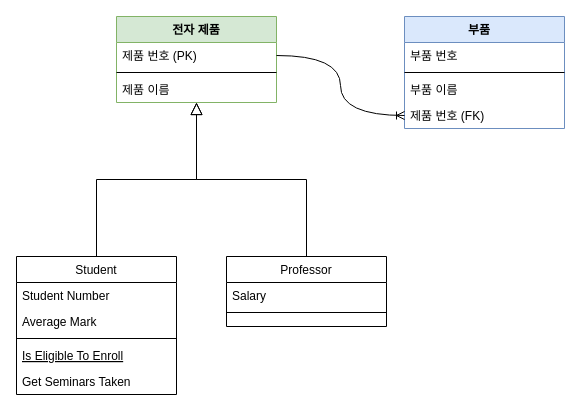
Earlier version of the draw.io diagram ERD/Untitled Diagram.drawio (johoon-Choi/SQL_study). Source tidied: cells renumbered, new cells numbered last; positions are measured from the earlier drawing's top-left corner, leaving out a move shared by most shapes. Both pictures are drawn from the tidied source at 100%, with x=0, y=0 at pixel (16, 16).
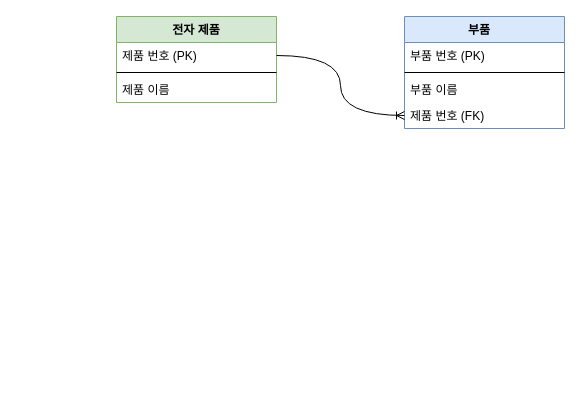
After the change.

Unchanged cells that the change refers to:
```xml
<mxCell id="2" value="전자 제품" style="swimlane;fontStyle=1;align=center;verticalAlign=top;horizontal=1;startSize=26;rounded=0;shadow=0;strokeWidth=1;fillColor=#d5e8d4;strokeColor=#82b366;" parent="1" vertex="1">
  <mxGeometry x="100" width="160" height="86" as="geometry" />
</mxCell>
<mxCell id="17" value="부품   " style="swimlane;fontStyle=1;align=center;verticalAlign=top;horizontal=1;startSize=26;rounded=0;shadow=0;strokeWidth=1;fillColor=#dae8fc;strokeColor=#6c8ebf;" parent="1" vertex="1">
  <mxGeometry x="388" width="160" height="112" as="geometry" />
</mxCell>
```

Change to the diagram source:
```diff
@@
-    <mxCell id="6" value="Student" style="swimlane;fontStyle=0;align=center;verticalAlign=top;horizontal=1;startSize=26;rounded=0;shadow=0;strokeWidth=1;" parent="1" vertex="1">
-      <mxGeometry y="240" width="160" height="138" as="geometry" />
-    </mxCell>
-    <mxCell id="7" value="Student Number" style="text;align=left;verticalAlign=top;spacingLeft=4;spacingRight=4;overflow=hidden;" parent="6" vertex="1">
-      <mxGeometry y="26" width="160" height="26" as="geometry" />
-    </mxCell>
-    <mxCell id="8" value="Average Mark" style="text;align=left;verticalAlign=top;spacingLeft=4;spacingRight=4;overflow=hidden;rounded=0;shadow=0;html=0;" parent="6" vertex="1">
-      <mxGeometry y="52" width="160" height="26" as="geometry" />
-    </mxCell>
-    <mxCell id="9" style="line;html=1;strokeWidth=1;align=left;verticalAlign=middle;spacingTop=-1;spacingLeft=3;spacingRight=3;labelPosition=right;" parent="6" vertex="1">
-      <mxGeometry y="78" width="160" height="8" as="geometry" />
-    </mxCell>
-    <mxCell id="10" value="Is Eligible To Enroll" style="text;align=left;verticalAlign=top;spacingLeft=4;spacingRight=4;overflow=hidden;fontStyle=4;" parent="6" vertex="1">
-      <mxGeometry y="86" width="160" height="26" as="geometry" />
-    </mxCell>
-    <mxCell id="11" value="Get Seminars Taken" style="text;align=left;verticalAlign=top;spacingLeft=4;spacingRight=4;overflow=hidden;" parent="6" vertex="1">
-      <mxGeometry y="112" width="160" height="26" as="geometry" />
-    </mxCell>
-    <mxCell id="12" style="endArrow=block;endSize=10;endFill=0;shadow=0;strokeWidth=1;rounded=0;edgeStyle=elbowEdgeStyle;elbow=vertical;" parent="1" edge="1" source="6" target="2">
-      <mxGeometry relative="1" as="geometry" />
-    </mxCell>
-    <mxCell id="13" value="Professor" style="swimlane;fontStyle=0;align=center;verticalAlign=top;horizontal=1;startSize=26;rounded=0;shadow=0;strokeWidth=1;" parent="1" vertex="1">
-      <mxGeometry x="210" y="240" width="160" height="70" as="geometry" />
-    </mxCell>
-    <mxCell id="14" value="Salary" style="text;align=left;verticalAlign=top;spacingLeft=4;spacingRight=4;overflow=hidden;" parent="13" vertex="1">
-      <mxGeometry y="26" width="160" height="26" as="geometry" />
-    </mxCell>
-    <mxCell id="15" style="line;html=1;strokeWidth=1;align=left;verticalAlign=middle;spacingTop=-1;spacingLeft=3;spacingRight=3;labelPosition=right;" parent="13" vertex="1">
-      <mxGeometry y="52" width="160" height="8" as="geometry" />
-    </mxCell>
-    <mxCell id="16" style="endArrow=block;endSize=10;endFill=0;shadow=0;strokeWidth=1;rounded=0;edgeStyle=elbowEdgeStyle;elbow=vertical;" parent="1" edge="1" source="13" target="2">
-      <mxGeometry relative="1" as="geometry" />
-    </mxCell>
@@
-    <mxCell id="18" value="부품 번호" style="text;align=left;verticalAlign=top;spacingLeft=4;spacingRight=4;overflow=hidden;" parent="17" vertex="1">
+    <mxCell id="18" value="부품 번호 (PK)" style="text;align=left;verticalAlign=top;spacingLeft=4;spacingRight=4;overflow=hidden;" parent="17" vertex="1">
       <mxGeometry y="26" width="160" height="26" as="geometry" />
     </mxCell>
```
